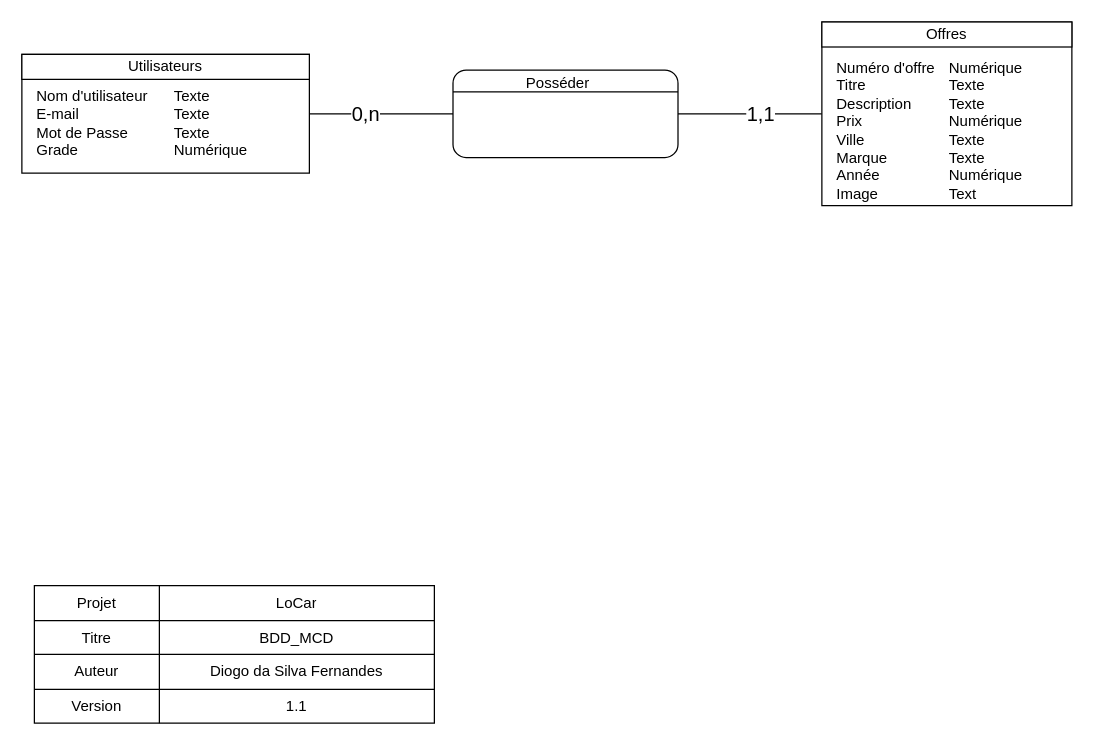
This is documentation/LoCar_MCD.drawio from GabrielGloor/LoCar, a draw.io file, before an edit. Source tidied: cells renumbered, new cells numbered last; positions are measured from the earlier drawing's top-left corner, leaving out a move shared by most shapes. Both pictures are drawn from the tidied source at 125%, with x=0, y=0 at pixel (21, 21).
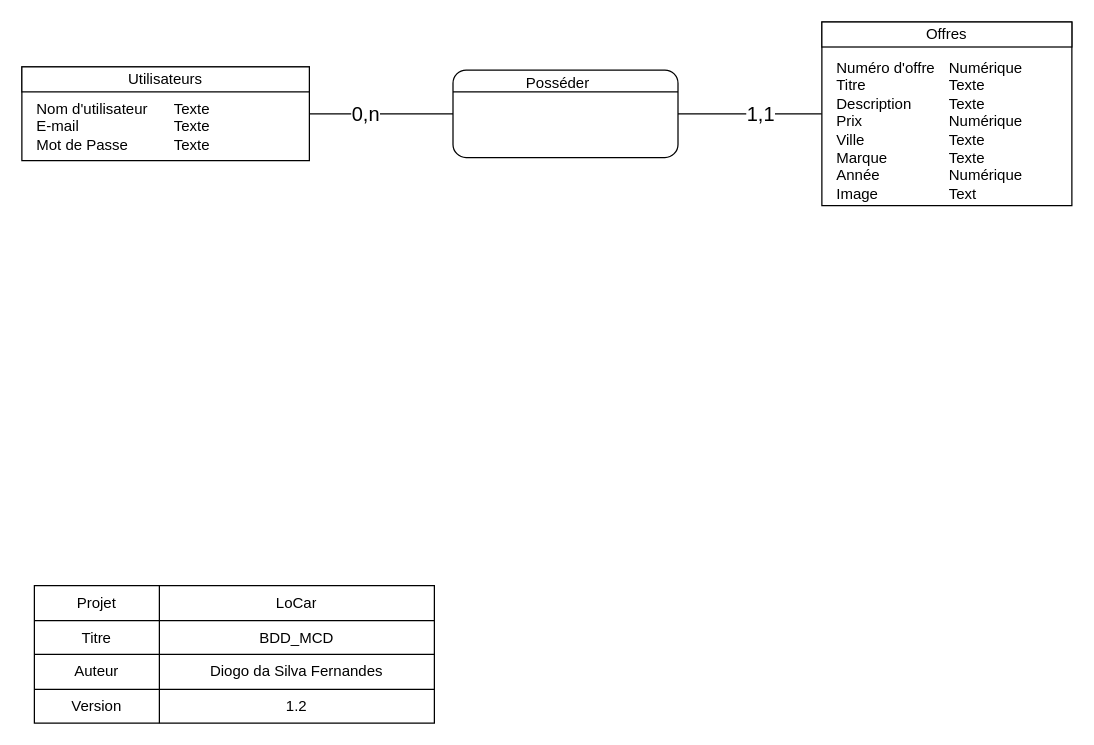
The same page after the edit.

The change refers to these unchanged cells:
```xml
<mxCell id="27" style="shape=partialRectangle;html=1;whiteSpace=wrap;fillColor=none;top=0;left=0;bottom=0;right=0;" parent="17" vertex="1">
  <mxGeometry y="83" width="320" height="27" as="geometry" />
</mxCell>
```

Diff of the diagram source:
```diff
@@
     <mxCell id="2" value="&lt;div style=&quot;box-sizing: border-box ; width: 100% ; padding: 2px&quot;&gt;&lt;br&gt;&lt;/div&gt;" style="verticalAlign=top;align=center;overflow=fill;html=1;rounded=0;shadow=0;comic=0;labelBackgroundColor=none;strokeColor=#000000;strokeWidth=1;fillColor=#ffffff;fontFamily=Verdana;fontSize=12;fontColor=#000000;" parent="1" vertex="1">
-      <mxGeometry y="26" width="230" height="95" as="geometry" />
+      <mxGeometry y="36" width="230" height="75" as="geometry" />
     </mxCell>
@@
     <mxCell id="9" value="Utilisateurs" style="rounded=0;whiteSpace=wrap;html=1;" parent="1" vertex="1">
-      <mxGeometry y="26" width="230" height="20" as="geometry" />
+      <mxGeometry y="36" width="230" height="20" as="geometry" />
     </mxCell>
@@
-    <mxCell id="11" value="Nom d'utilisateur&lt;br&gt;E-mail&lt;br&gt;Mot de Passe&lt;br&gt;Grade" style="text;html=1;strokeColor=none;fillColor=none;align=left;verticalAlign=top;whiteSpace=wrap;rounded=0;" parent="1" vertex="1">
-      <mxGeometry x="10" y="46" width="110" height="75" as="geometry" />
+    <mxCell id="11" value="Nom d'utilisateur&lt;br&gt;E-mail&lt;br&gt;Mot de Passe&lt;br&gt;" style="text;html=1;strokeColor=none;fillColor=none;align=left;verticalAlign=top;whiteSpace=wrap;rounded=0;" parent="1" vertex="1">
+      <mxGeometry x="10" y="56" width="110" height="55" as="geometry" />
     </mxCell>
-    <mxCell id="12" value="Texte&lt;br&gt;Texte&lt;br&gt;Texte&lt;br&gt;Numérique" style="text;html=1;strokeColor=none;fillColor=none;align=left;verticalAlign=top;whiteSpace=wrap;rounded=0;" parent="1" vertex="1">
-      <mxGeometry x="120" y="46" width="110" height="75" as="geometry" />
+    <mxCell id="12" value="Texte&lt;br&gt;Texte&lt;br&gt;Texte&lt;br&gt;" style="text;html=1;strokeColor=none;fillColor=none;align=left;verticalAlign=top;whiteSpace=wrap;rounded=0;" parent="1" vertex="1">
+      <mxGeometry x="120" y="56" width="110" height="55" as="geometry" />
     </mxCell>
@@
-    <mxCell id="29" value="1.1&lt;br&gt;" style="shape=partialRectangle;html=1;whiteSpace=wrap;overflow=hidden;fillColor=none;top=0;left=0;bottom=0;right=0;" parent="27" vertex="1">
+    <mxCell id="29" value="1.2" style="shape=partialRectangle;html=1;whiteSpace=wrap;overflow=hidden;fillColor=none;top=0;left=0;bottom=0;right=0;" parent="27" vertex="1">
       <mxGeometry x="100" width="220" height="27" as="geometry" />
     </mxCell>
```
